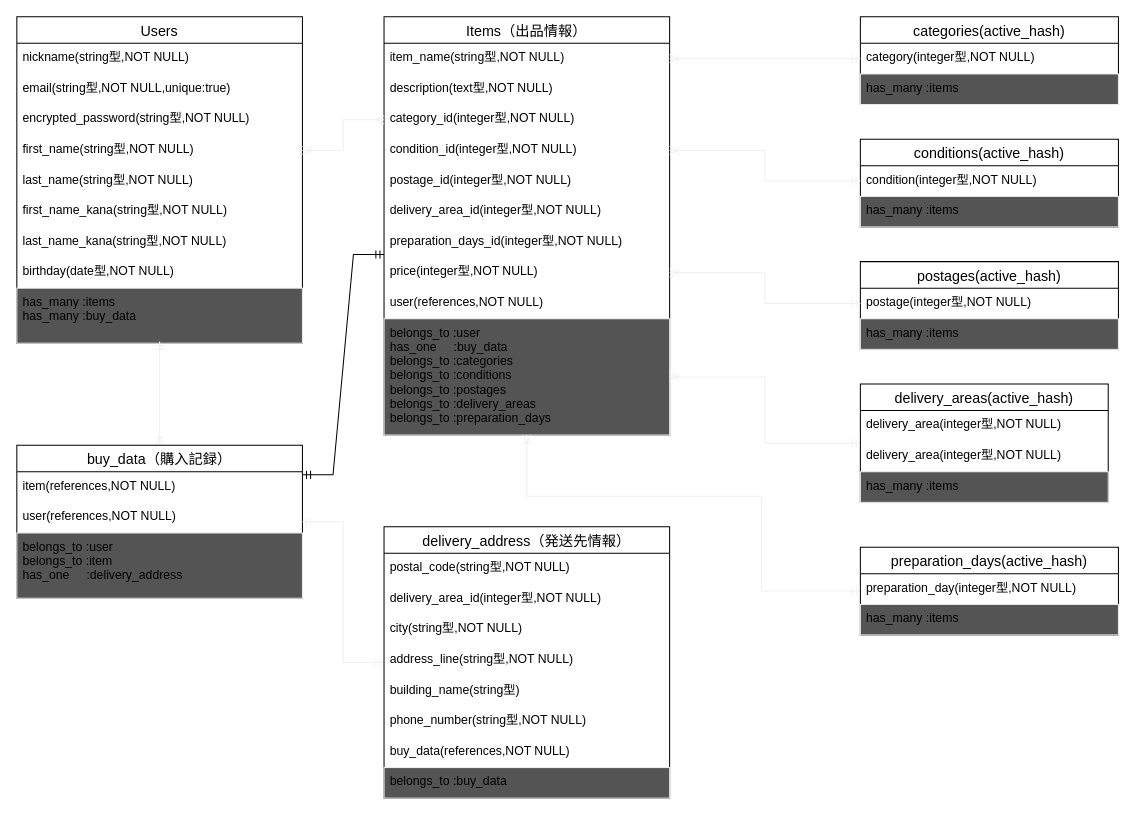
Earlier version of the draw.io diagram model_er.dio (Hashy-Y/furima-36062). Source tidied: cells renumbered, new cells numbered last; positions are measured from the earlier drawing's top-left corner, leaving out a move shared by most shapes. Both pictures are drawn from the tidied source at 102%, with x=0, y=0 at pixel (16, 16).
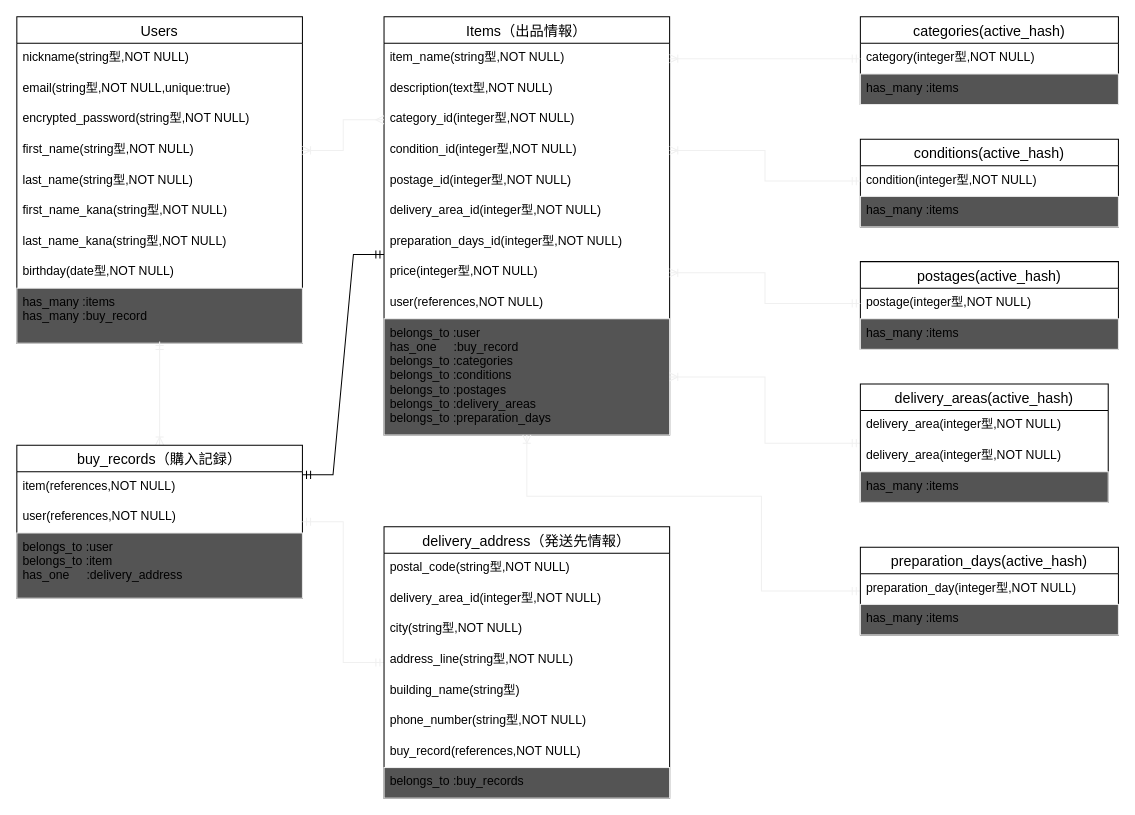
After the change.

The change refers to these unchanged cells:
```xml
<mxCell id="2" value="Users" style="swimlane;fontStyle=0;horizontal=1;startSize=26;align=center;fontSize=14;" parent="1" vertex="1">
  <mxGeometry width="280" height="320" as="geometry" />
</mxCell>
<mxCell id="12" value="Items（出品情報）" style="swimlane;fontStyle=0;horizontal=1;startSize=26;align=center;fontSize=14;" parent="1" vertex="1">
  <mxGeometry x="360" width="280" height="410" as="geometry" />
</mxCell>
<mxCell id="29" value="delivery_address（発送先情報）" style="swimlane;fontStyle=0;horizontal=1;startSize=26;align=center;fontSize=14;" parent="1" vertex="1">
  <mxGeometry x="360" y="500" width="280" height="266" as="geometry" />
</mxCell>
```

What changed in the source:
```diff
@@
-    <mxCell id="11" value="has_many :items&#10;has_many :buy_data" style="text;spacingLeft=4;spacingRight=4;overflow=hidden;points=[[0,0.5],[1,0.5]];portConstraint=eastwest;fontSize=12;strokeColor=#f0f0f0;fillColor=#545454;" parent="2" vertex="1">
+    <mxCell id="11" value="has_many :items&#10;has_many :buy_record" style="text;spacingLeft=4;spacingRight=4;overflow=hidden;points=[[0,0.5],[1,0.5]];portConstraint=eastwest;fontSize=12;strokeColor=#f0f0f0;fillColor=#545454;" parent="2" vertex="1">
       <mxGeometry y="266" width="280" height="54" as="geometry" />
     </mxCell>
@@
-    <mxCell id="22" value="belongs_to :user&#10;has_one     :buy_data&#10;belongs_to :categories&#10;belongs_to :conditions&#10;belongs_to :postages&#10;belongs_to :delivery_areas&#10;belongs_to :preparation_days" style="text;spacingLeft=4;spacingRight=4;overflow=hidden;points=[[0,0.5],[1,0.5]];portConstraint=eastwest;fontSize=12;strokeColor=#f0f0f0;fillColor=#545454;" parent="12" vertex="1">
+    <mxCell id="22" value="belongs_to :user&#10;has_one     :buy_record&#10;belongs_to :categories&#10;belongs_to :conditions&#10;belongs_to :postages&#10;belongs_to :delivery_areas&#10;belongs_to :preparation_days" style="text;spacingLeft=4;spacingRight=4;overflow=hidden;points=[[0,0.5],[1,0.5]];portConstraint=eastwest;fontSize=12;strokeColor=#f0f0f0;fillColor=#545454;" parent="12" vertex="1">
       <mxGeometry y="296" width="280" height="114" as="geometry" />
     </mxCell>
@@
-    <mxCell id="24" value="buy_data（購入記録）" style="swimlane;fontStyle=0;horizontal=1;startSize=26;align=center;fontSize=14;" parent="1" vertex="1">
+    <mxCell id="24" value="buy_records（購入記録）" style="swimlane;fontStyle=0;horizontal=1;startSize=26;align=center;fontSize=14;" parent="1" vertex="1">
       <mxGeometry y="420" width="280" height="150" as="geometry" />
     </mxCell>
@@
-    <mxCell id="36" value="buy_data(references,NOT NULL)" style="text;strokeColor=none;fillColor=none;spacingLeft=4;spacingRight=4;overflow=hidden;fontSize=12;" parent="29" vertex="1">
+    <mxCell id="36" value="buy_record(references,NOT NULL)" style="text;strokeColor=none;fillColor=none;spacingLeft=4;spacingRight=4;overflow=hidden;fontSize=12;" parent="29" vertex="1">
       <mxGeometry y="206" width="280" height="30" as="geometry" />
     </mxCell>
-    <mxCell id="37" value="belongs_to :buy_data" style="text;spacingLeft=4;spacingRight=4;overflow=hidden;fontSize=12;strokeColor=#f0f0f0;fillColor=#545454;" parent="29" vertex="1">
+    <mxCell id="37" value="belongs_to :buy_records" style="text;spacingLeft=4;spacingRight=4;overflow=hidden;fontSize=12;strokeColor=#f0f0f0;fillColor=#545454;" parent="29" vertex="1">
       <mxGeometry y="236" width="280" height="30" as="geometry" />
     </mxCell>
```
